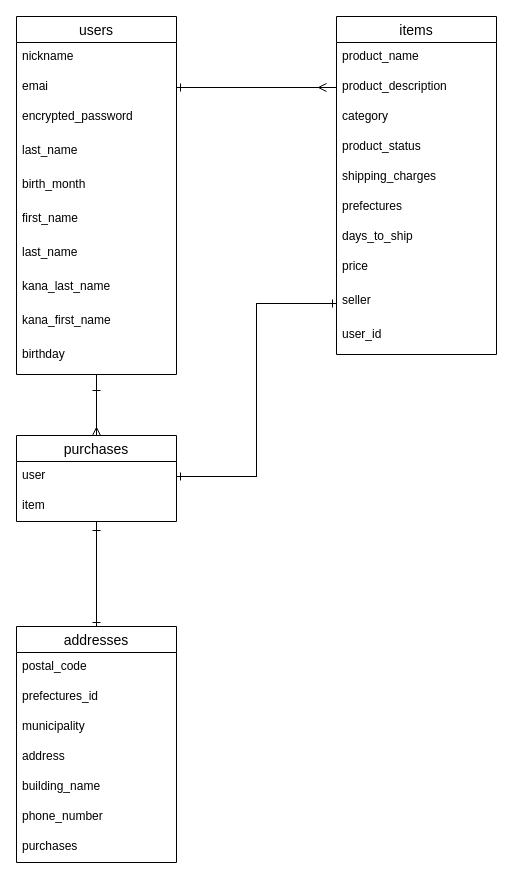
Sakai-yu0321/furima-35537 keeps this draw.io diagram as furima.dio. Above is the earlier version. Source tidied: cells renumbered, new cells numbered last; positions are measured from the earlier drawing's top-left corner, leaving out a move shared by most shapes. Both pictures are drawn from the tidied source at 100%, with x=0, y=0 at pixel (16, 16).
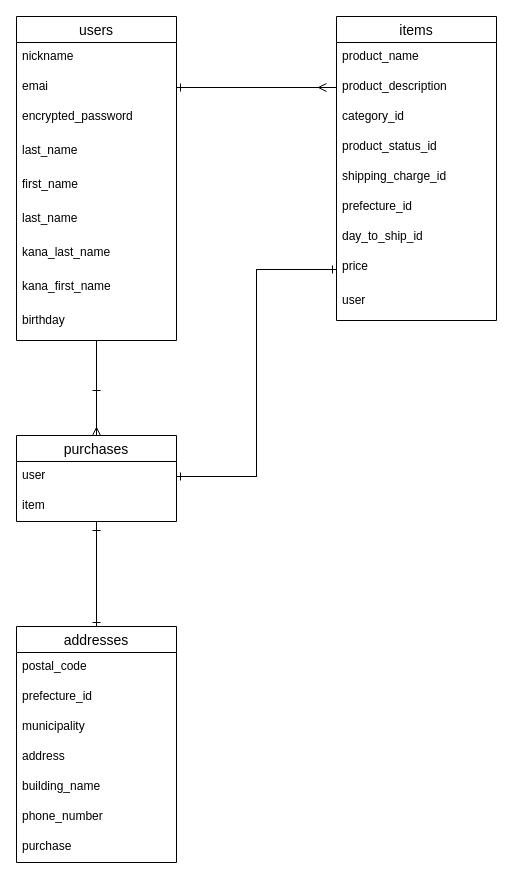
The same page after the edit.

Commit message (it also covers changes not shown here):
readmeとer図の修正5

Unchanged cells that the change refers to:
```xml
<mxCell id="22" value="price" style="text;strokeColor=none;fillColor=none;spacingLeft=4;spacingRight=4;overflow=hidden;points=[[0,0.5],[1,0.5]];portConstraint=eastwest;fontSize=12;align=left;fontStyle=0;" parent="14" vertex="1">
  <mxGeometry y="236" width="160" height="34" as="geometry" />
</mxCell>
<mxCell id="28" value="user" style="text;strokeColor=none;fillColor=none;spacingLeft=4;spacingRight=4;overflow=hidden;points=[[0,0.5],[1,0.5]];portConstraint=eastwest;fontSize=12;" parent="27" vertex="1">
  <mxGeometry y="26" width="160" height="30" as="geometry" />
</mxCell>
<mxCell id="31" value="addresses" style="swimlane;fontStyle=0;horizontal=1;startSize=26;align=center;fontSize=14;" parent="1" vertex="1">
  <mxGeometry y="610" width="160" height="236" as="geometry" />
</mxCell>
```

The edit, as a diff of the source:
```diff
@@
     <mxCell id="3" value="users" style="swimlane;fontStyle=0;horizontal=1;startSize=26;align=center;fontSize=14;" parent="1" vertex="1">
-      <mxGeometry width="160" height="358" as="geometry" />
+      <mxGeometry width="160" height="324" as="geometry" />
     </mxCell>
@@
-    <mxCell id="8" value="birth_month" style="text;strokeColor=none;fillColor=none;spacingLeft=4;spacingRight=4;overflow=hidden;fontSize=12;" parent="3" vertex="1">
-      <mxGeometry y="154" width="160" height="34" as="geometry" />
-    </mxCell>
     <mxCell id="9" value="first_name" style="text;strokeColor=none;fillColor=none;spacingLeft=4;spacingRight=4;overflow=hidden;fontSize=12;fontStyle=0;" parent="3" vertex="1">
-      <mxGeometry y="188" width="160" height="34" as="geometry" />
+      <mxGeometry y="154" width="160" height="34" as="geometry" />
     </mxCell>
     <mxCell id="10" value="last_name" style="text;strokeColor=none;fillColor=none;spacingLeft=4;spacingRight=4;overflow=hidden;fontSize=12;fontStyle=0;" parent="3" vertex="1">
-      <mxGeometry y="222" width="160" height="34" as="geometry" />
+      <mxGeometry y="188" width="160" height="34" as="geometry" />
     </mxCell>
     <mxCell id="11" value="kana_last_name" style="text;strokeColor=none;fillColor=none;spacingLeft=4;spacingRight=4;overflow=hidden;fontSize=12;fontStyle=0;" parent="3" vertex="1">
-      <mxGeometry y="256" width="160" height="34" as="geometry" />
+      <mxGeometry y="222" width="160" height="34" as="geometry" />
     </mxCell>
     <mxCell id="12" value="kana_first_name" style="text;strokeColor=none;fillColor=none;spacingLeft=4;spacingRight=4;overflow=hidden;fontSize=12;fontStyle=0;" parent="3" vertex="1">
-      <mxGeometry y="290" width="160" height="34" as="geometry" />
+      <mxGeometry y="256" width="160" height="34" as="geometry" />
     </mxCell>
     <mxCell id="13" value="birthday" style="text;strokeColor=none;fillColor=none;spacingLeft=4;spacingRight=4;overflow=hidden;fontSize=12;" parent="3" vertex="1">
-      <mxGeometry y="324" width="160" height="34" as="geometry" />
+      <mxGeometry y="290" width="160" height="34" as="geometry" />
     </mxCell>
     <mxCell id="14" value="items" style="swimlane;fontStyle=0;horizontal=1;startSize=26;align=center;fontSize=14;" parent="1" vertex="1">
-      <mxGeometry x="320" width="160" height="338" as="geometry" />
+      <mxGeometry x="320" width="160" height="304" as="geometry" />
     </mxCell>
@@
-    <mxCell id="17" value="category" style="text;strokeColor=none;fillColor=none;spacingLeft=4;spacingRight=4;overflow=hidden;points=[[0,0.5],[1,0.5]];portConstraint=eastwest;fontSize=12;" parent="14" vertex="1">
+    <mxCell id="17" value="category_id" style="text;strokeColor=none;fillColor=none;spacingLeft=4;spacingRight=4;overflow=hidden;points=[[0,0.5],[1,0.5]];portConstraint=eastwest;fontSize=12;" parent="14" vertex="1">
       <mxGeometry y="86" width="160" height="30" as="geometry" />
     </mxCell>
-    <mxCell id="18" value="product_status" style="text;strokeColor=none;fillColor=none;spacingLeft=4;spacingRight=4;overflow=hidden;fontSize=12;" parent="14" vertex="1">
+    <mxCell id="18" value="product_status_id" style="text;strokeColor=none;fillColor=none;spacingLeft=4;spacingRight=4;overflow=hidden;fontSize=12;" parent="14" vertex="1">
       <mxGeometry y="116" width="160" height="30" as="geometry" />
     </mxCell>
-    <mxCell id="19" value="shipping_charges" style="text;strokeColor=none;fillColor=none;spacingLeft=4;spacingRight=4;overflow=hidden;fontSize=12;fontStyle=0;" parent="14" vertex="1">
+    <mxCell id="19" value="shipping_charge_id" style="text;strokeColor=none;fillColor=none;spacingLeft=4;spacingRight=4;overflow=hidden;fontSize=12;fontStyle=0;" parent="14" vertex="1">
       <mxGeometry y="146" width="160" height="30" as="geometry" />
     </mxCell>
-    <mxCell id="20" value="prefectures" style="text;strokeColor=none;fillColor=none;spacingLeft=4;spacingRight=4;overflow=hidden;fontSize=12;fontStyle=0;" parent="14" vertex="1">
+    <mxCell id="20" value="prefecture_id" style="text;strokeColor=none;fillColor=none;spacingLeft=4;spacingRight=4;overflow=hidden;fontSize=12;fontStyle=0;" parent="14" vertex="1">
       <mxGeometry y="176" width="160" height="30" as="geometry" />
     </mxCell>
-    <mxCell id="21" value="days_to_ship" style="text;strokeColor=none;fillColor=none;spacingLeft=4;spacingRight=4;overflow=hidden;fontSize=12;fontStyle=0;" parent="14" vertex="1">
+    <mxCell id="21" value="day_to_ship_id" style="text;strokeColor=none;fillColor=none;spacingLeft=4;spacingRight=4;overflow=hidden;fontSize=12;fontStyle=0;" parent="14" vertex="1">
       <mxGeometry y="206" width="160" height="30" as="geometry" />
     </mxCell>
@@
-    <mxCell id="23" value="seller" style="text;strokeColor=none;fillColor=none;spacingLeft=4;spacingRight=4;overflow=hidden;points=[[0,0.5],[1,0.5]];portConstraint=eastwest;fontSize=12;align=left;fontStyle=0;" parent="14" vertex="1">
-      <mxGeometry y="270" width="160" height="34" as="geometry" />
-    </mxCell>
-    <mxCell id="24" value="user_id" style="text;strokeColor=none;fillColor=none;spacingLeft=4;spacingRight=4;overflow=hidden;fontSize=12;align=left;fontStyle=0;" parent="14" vertex="1">
-      <mxGeometry y="304" width="160" height="34" as="geometry" />
+    <mxCell id="24" value="user" style="text;strokeColor=none;fillColor=none;spacingLeft=4;spacingRight=4;overflow=hidden;fontSize=12;align=left;fontStyle=0;" parent="14" vertex="1">
+      <mxGeometry y="270" width="160" height="34" as="geometry" />
     </mxCell>
@@
-    <mxCell id="33" value="prefectures_id" style="text;strokeColor=none;fillColor=none;spacingLeft=4;spacingRight=4;overflow=hidden;fontSize=12;fontStyle=0;" parent="31" vertex="1">
+    <mxCell id="33" value="prefecture_id" style="text;strokeColor=none;fillColor=none;spacingLeft=4;spacingRight=4;overflow=hidden;fontSize=12;fontStyle=0;" parent="31" vertex="1">
       <mxGeometry y="56" width="160" height="30" as="geometry" />
     </mxCell>
@@
-    <mxCell id="38" value="purchases" style="text;strokeColor=none;fillColor=none;spacingLeft=4;spacingRight=4;overflow=hidden;fontSize=12;fontStyle=0;" parent="31" vertex="1">
+    <mxCell id="38" value="purchase" style="text;strokeColor=none;fillColor=none;spacingLeft=4;spacingRight=4;overflow=hidden;fontSize=12;fontStyle=0;" parent="31" vertex="1">
       <mxGeometry y="206" width="160" height="30" as="geometry" />
     </mxCell>
@@
-    <mxCell id="42" style="edgeStyle=orthogonalEdgeStyle;rounded=0;jettySize=auto;html=1;entryX=1;entryY=0.5;entryDx=0;entryDy=0;endArrow=ERone;endFill=0;" parent="1" edge="1" source="23" target="28">
+    <mxCell id="42" style="edgeStyle=orthogonalEdgeStyle;rounded=0;jettySize=auto;html=1;entryX=1;entryY=0.5;entryDx=0;entryDy=0;endArrow=ERone;endFill=0;exitX=0;exitY=0.5;exitDx=0;exitDy=0;" parent="1" edge="1" source="22" target="28">
       <mxGeometry relative="1" as="geometry" />
     </mxCell>
-    <mxCell id="43" style="edgeStyle=orthogonalEdgeStyle;rounded=0;jettySize=auto;html=1;entryX=0;entryY=0.5;entryDx=0;entryDy=0;endArrow=ERone;endFill=0;" parent="1" edge="1" source="28" target="23">
+    <mxCell id="43" style="edgeStyle=orthogonalEdgeStyle;rounded=0;jettySize=auto;html=1;entryX=0;entryY=0.5;entryDx=0;entryDy=0;endArrow=ERone;endFill=0;" parent="1" edge="1" source="28" target="22">
       <mxGeometry relative="1" as="geometry" />
     </mxCell>
```
